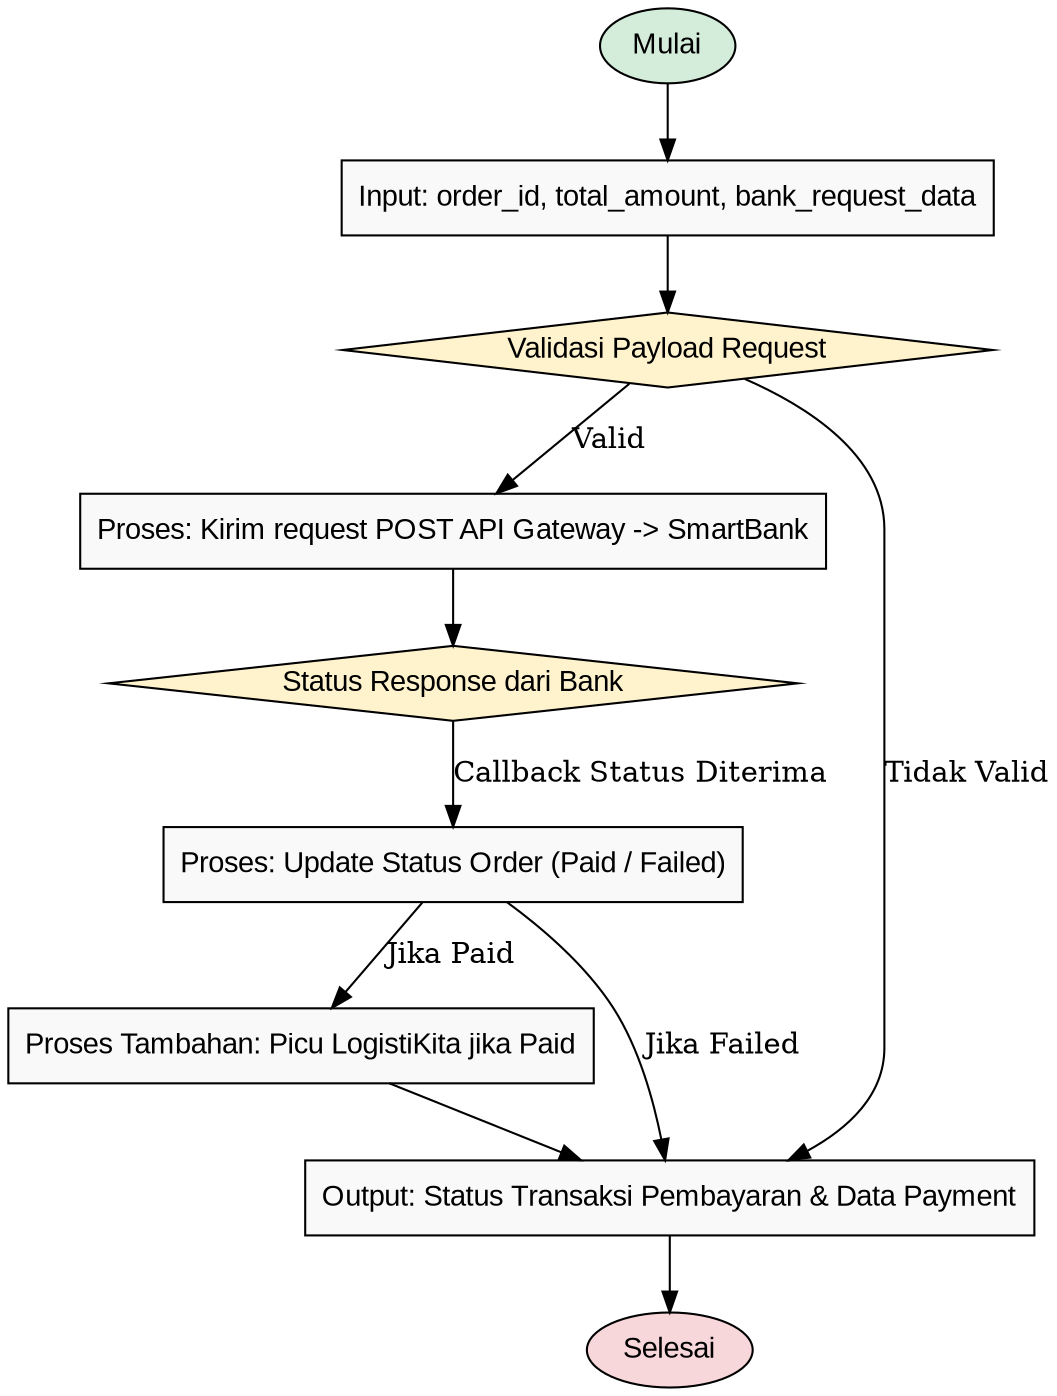
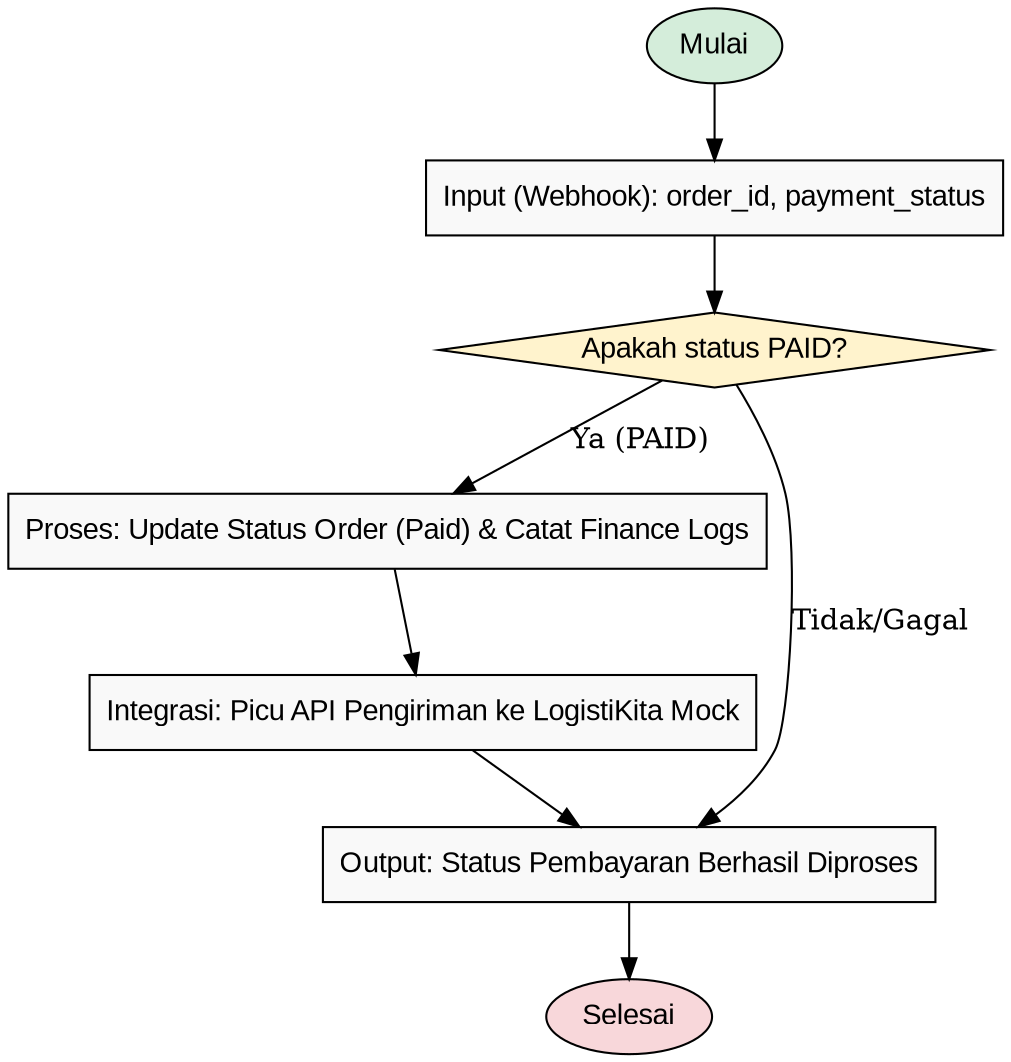
digraph Pembayaran {
    rankdir=TB;
    node [shape=box, style=filled, fillcolor="#f9f9f9", fontname="Arial"];

    Start [shape=oval, fillcolor="#d4edda", label="Mulai"];
-     Input [label="Input: order_id, total_amount, bank_request_data"];
-     Validasi [shape=diamond, fillcolor="#fff3cd", label="Validasi Payload Request"];
-     ProsesBayar [label="Proses: Kirim request POST API Gateway -> SmartBank"];
-     CekStatus [shape=diamond, fillcolor="#fff3cd", label="Status Response dari Bank"];
-     UpdateDB [label="Proses: Update Status Order (Paid / Failed)"];
-     TriggerLogistik [label="Proses Tambahan: Picu LogistiKita jika Paid"];
-     Output [label="Output: Status Transaksi Pembayaran & Data Payment"];
+     Input [label="Input (Webhook): order_id, payment_status"];
+     CekStatus [shape=diamond, fillcolor="#fff3cd", label="Apakah status PAID?"];
+     UpdateDB [label="Proses: Update Status Order (Paid) & Catat Finance Logs"];
+     TriggerLogistik [label="Integrasi: Picu API Pengiriman ke LogistiKita Mock"];
+     Output [label="Output: Status Pembayaran Berhasil Diproses"];
    End [shape=oval, fillcolor="#f8d7da", label="Selesai"];

    Start -> Input;
-     Input -> Validasi;
-     Validasi -> ProsesBayar [label="Valid"];
-     Validasi -> Output [label="Tidak Valid"];
-     ProsesBayar -> CekStatus;
-     CekStatus -> UpdateDB [label="Callback Status Diterima"];
-     UpdateDB -> TriggerLogistik [label="Jika Paid"];
+     Input -> CekStatus;
+     CekStatus -> UpdateDB [label="Ya (PAID)"];
+     UpdateDB -> TriggerLogistik;
    TriggerLogistik -> Output;
-     UpdateDB -> Output [label="Jika Failed"];
+     CekStatus -> Output [label="Tidak/Gagal"];
    Output -> End;
}
